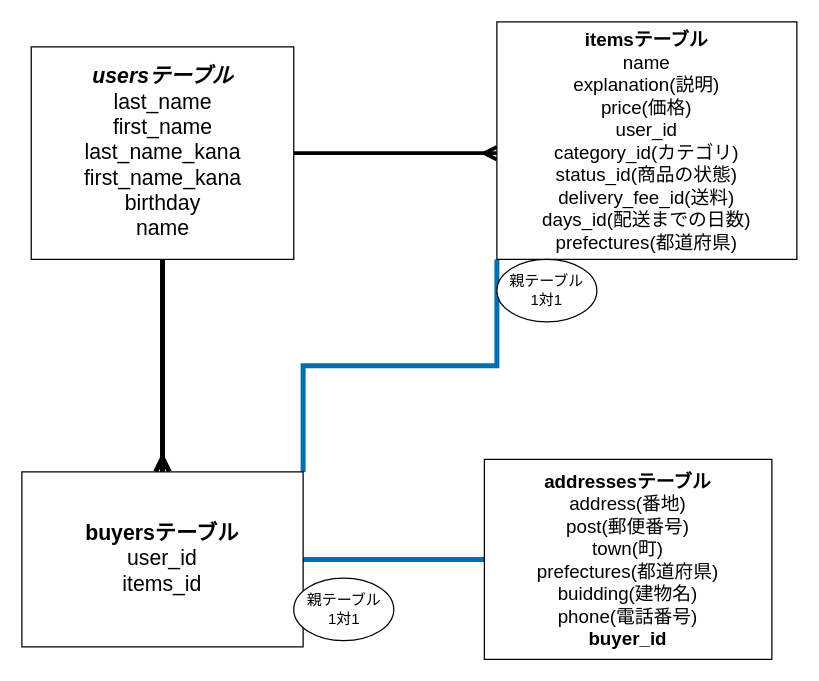
This is db.dio from shintarou37/furima-32099, a draw.io file, before an edit. Source tidied: cells renumbered, new cells numbered last; positions are measured from the earlier drawing's top-left corner, leaving out a move shared by most shapes. Both pictures are drawn from the tidied source at 125%, with x=0, y=0 at pixel (21, 21).
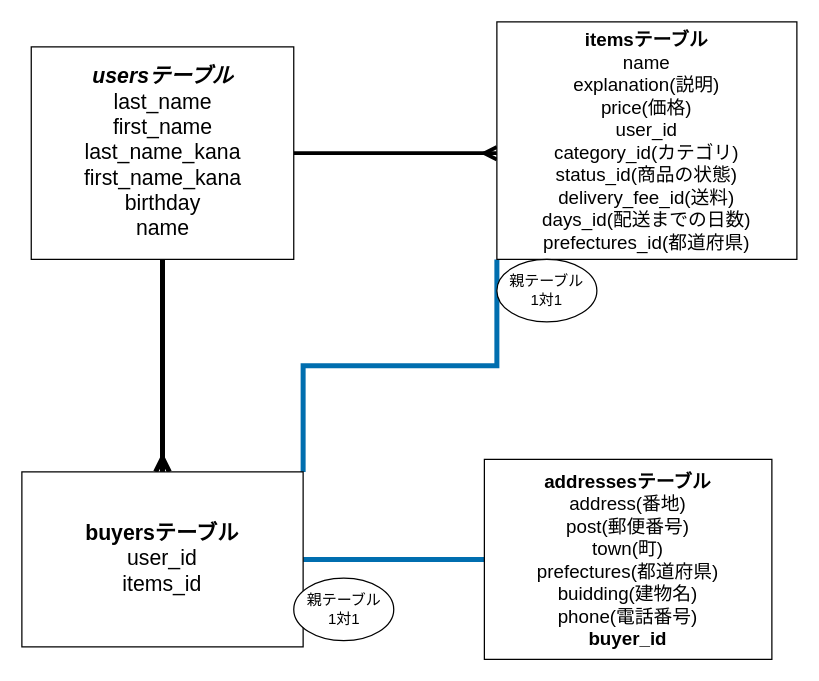
Above is the later version.

Change to the diagram source:
```diff
@@
 <mxGraphModel>
   <root>
     <mxCell id="0" />
     <mxCell id="1" parent="0" />
     <mxCell id="2" style="edgeStyle=orthogonalEdgeStyle;rounded=0;jettySize=auto;html=1;exitX=0.5;exitY=1;exitDx=0;exitDy=0;endArrow=ERmany;endFill=0;strokeWidth=4;" parent="1" edge="1" source="4" target="8">
       <mxGeometry relative="1" as="geometry" />
     </mxCell>
     <mxCell id="3" style="edgeStyle=orthogonalEdgeStyle;rounded=0;jettySize=auto;html=1;exitX=1;exitY=0.5;exitDx=0;exitDy=0;entryX=0;entryY=0.553;entryDx=0;entryDy=0;entryPerimeter=0;strokeWidth=3;endArrow=ERmany;endFill=0;" parent="1" edge="1" source="4" target="6">
       <mxGeometry relative="1" as="geometry" />
     </mxCell>
     <mxCell id="4" value="&lt;font style=&quot;font-size: 17px&quot;&gt;&lt;b&gt;&lt;i&gt;usersテーブル&lt;/i&gt;&lt;/b&gt;&lt;br&gt;last_name&lt;br&gt;first_name&lt;br&gt;last_name_kana&lt;br&gt;first_name_kana&lt;br&gt;birthday&lt;br&gt;name&lt;br&gt;&lt;/font&gt;" style="whiteSpace=wrap;html=1;" parent="1" vertex="1">
       <mxGeometry x="7.5" y="20" width="210" height="170" as="geometry" />
     </mxCell>
     <mxCell id="5" style="edgeStyle=orthogonalEdgeStyle;rounded=0;jettySize=auto;html=1;exitX=0;exitY=1;exitDx=0;exitDy=0;entryX=1;entryY=0;entryDx=0;entryDy=0;endArrow=none;endFill=0;strokeWidth=4;fillColor=#1ba1e2;strokeColor=#006EAF;" parent="1" edge="1" source="6" target="8">
       <mxGeometry relative="1" as="geometry" />
     </mxCell>
-    <mxCell id="6" value="&lt;font style=&quot;font-size: 15px&quot;&gt;&lt;b&gt;itemsテーブル&lt;/b&gt;&lt;br&gt;name&lt;br&gt;explanation(説明)&lt;br&gt;price(価格)&lt;br&gt;user_id&lt;br&gt;category_id(カテゴリ)&lt;br&gt;status_id(商品の状態)&lt;br&gt;delivery_fee_id(送料)&lt;br&gt;days_id(配送までの日数)&lt;br&gt;prefectures(都道府県)&lt;/font&gt;" style="whiteSpace=wrap;html=1;" parent="1" vertex="1">
+    <mxCell id="6" value="&lt;font style=&quot;font-size: 15px&quot;&gt;&lt;b&gt;itemsテーブル&lt;/b&gt;&lt;br&gt;name&lt;br&gt;explanation(説明)&lt;br&gt;price(価格)&lt;br&gt;user_id&lt;br&gt;category_id(カテゴリ)&lt;br&gt;status_id(商品の状態)&lt;br&gt;delivery_fee_id(送料)&lt;br&gt;days_id(配送までの日数)&lt;br&gt;prefectures_id(都道府県)&lt;/font&gt;" style="whiteSpace=wrap;html=1;" parent="1" vertex="1">
       <mxGeometry x="380" width="240" height="190" as="geometry" />
     </mxCell>
     <mxCell id="7" style="edgeStyle=orthogonalEdgeStyle;rounded=0;jettySize=auto;html=1;exitX=1;exitY=0.5;exitDx=0;exitDy=0;endArrow=none;endFill=0;strokeWidth=4;fillColor=#1ba1e2;strokeColor=#006EAF;" parent="1" edge="1" source="8" target="9">
       <mxGeometry relative="1" as="geometry" />
     </mxCell>
     <mxCell id="8" value="&lt;font style=&quot;font-size: 17px&quot;&gt;&lt;b&gt;buyersテーブル&lt;/b&gt;&lt;br&gt;user_id&lt;br&gt;items_id&lt;/font&gt;" style="whiteSpace=wrap;html=1;rotation=0;" parent="1" vertex="1">
       <mxGeometry y="360" width="225" height="140" as="geometry" />
     </mxCell>
     <mxCell id="9" value="&lt;font style=&quot;font-size: 15px&quot;&gt;&lt;b&gt;addressesテーブル&lt;/b&gt;&lt;br&gt;address(番地)&lt;br&gt;post(郵便番号)&lt;br&gt;town(町)&lt;br&gt;prefectures(都道府県)&lt;br&gt;buidding(建物名)&lt;br&gt;phone(電話番号)&lt;br&gt;&lt;b&gt;buyer_id&lt;/b&gt;&lt;/font&gt;" style="whiteSpace=wrap;html=1;" parent="1" vertex="1">
       <mxGeometry x="370" y="350" width="230" height="160" as="geometry" />
     </mxCell>
     <mxCell id="10" value="親テーブル&lt;br&gt;1対1" style="ellipse;whiteSpace=wrap;html=1;" parent="1" vertex="1">
       <mxGeometry x="217.5" y="445" width="80" height="50" as="geometry" />
     </mxCell>
     <mxCell id="11" value="親テーブル&lt;br&gt;1対1" style="ellipse;whiteSpace=wrap;html=1;" parent="1" vertex="1">
       <mxGeometry x="380" y="190" width="80" height="50" as="geometry" />
     </mxCell>
   </root>
 </mxGraphModel>
```
